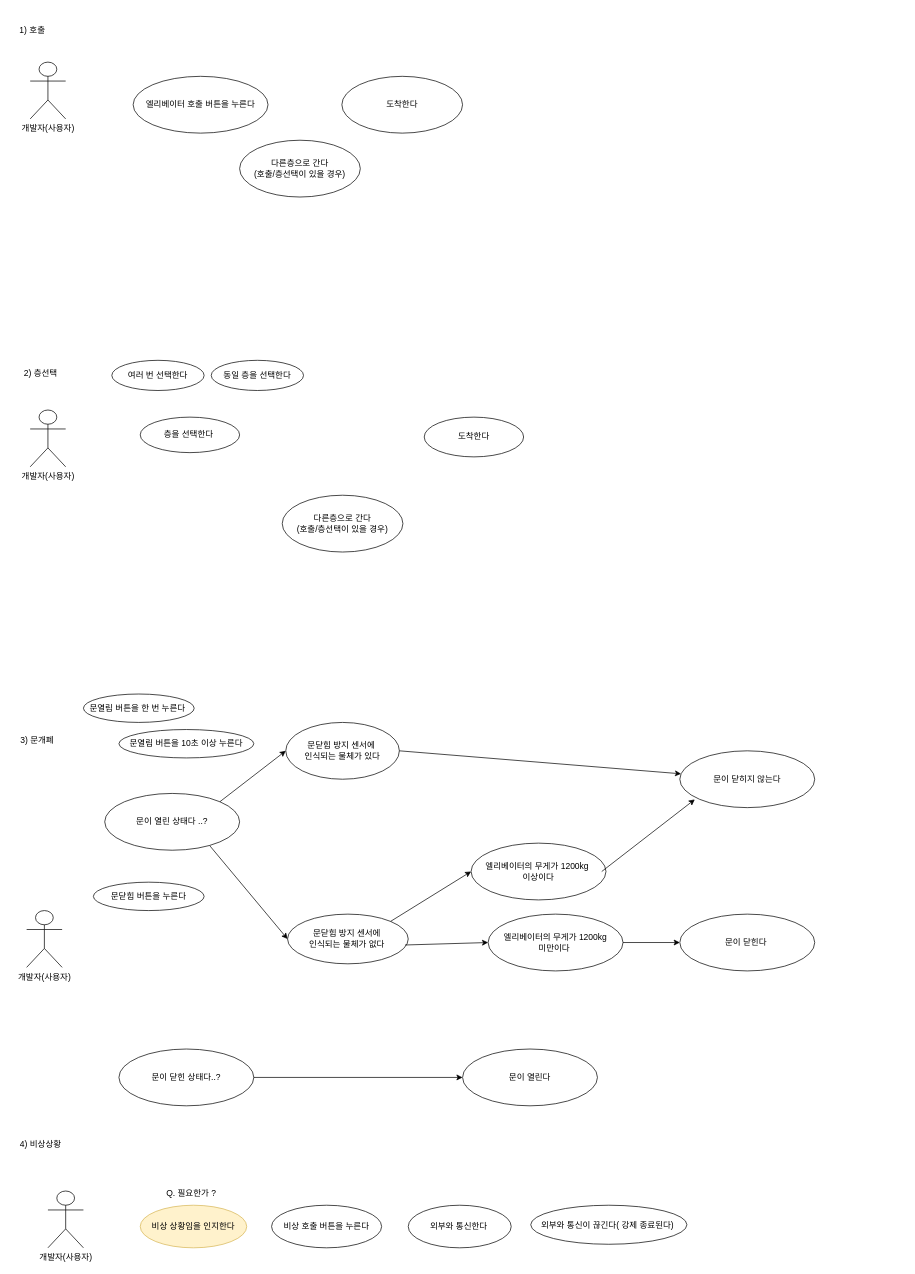
Above: usecase_diagram/ElevatorSystem_Use_Case(1120).drawio in Jin-bright/diagram_study (draw.io), before the change. Source tidied: cells renumbered, new cells numbered last; positions are measured from the earlier drawing's top-left corner, leaving out a move shared by most shapes. Both pictures are drawn from the tidied source at 71%, with x=0, y=0 at pixel (12, 19).
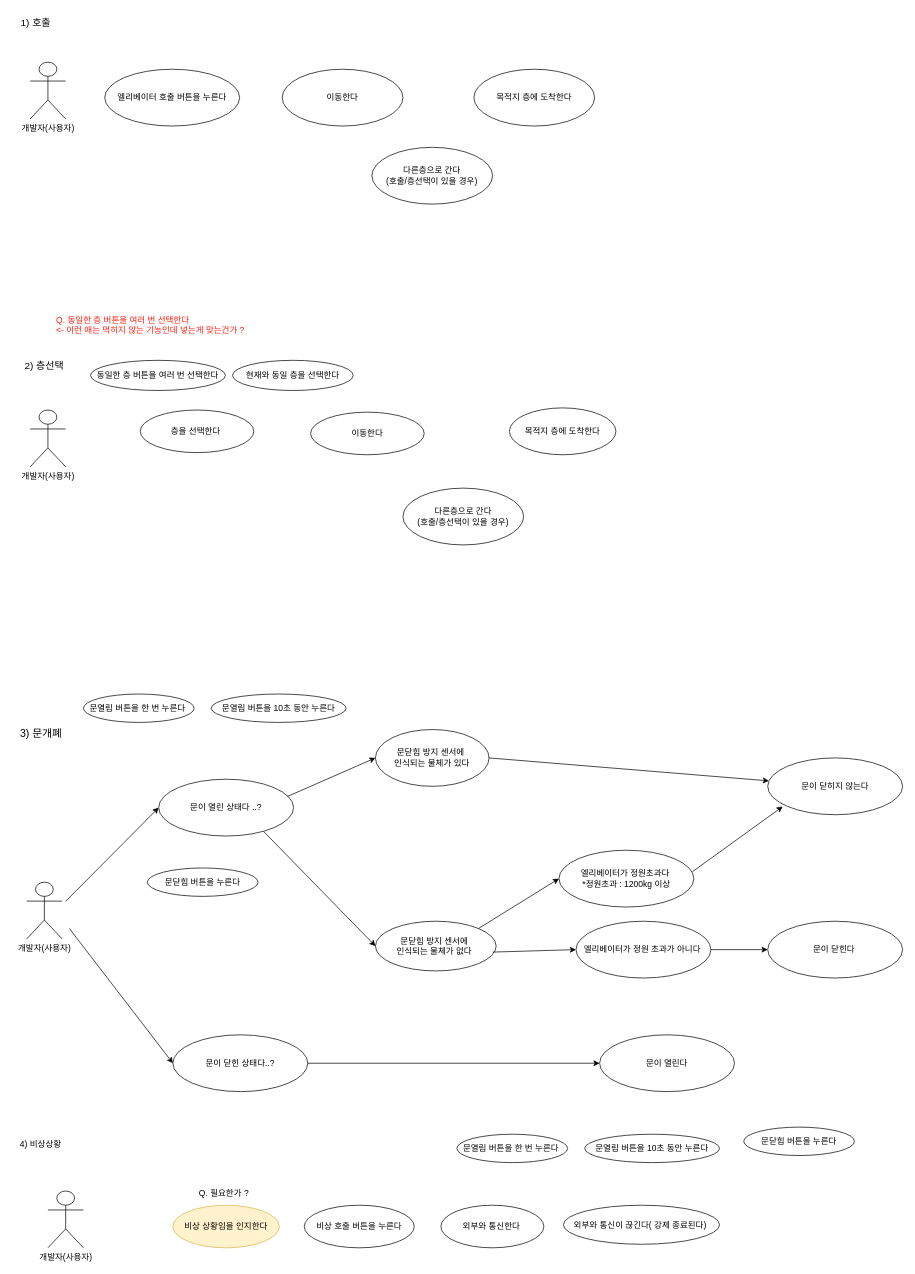
Above is the later version.

What changed in the source:
```diff
@@
-    <mxCell id="2" value="1) 호출&amp;nbsp;" style="text;html=1;strokeColor=none;fillColor=none;align=center;verticalAlign=middle;whiteSpace=wrap;rounded=0;" parent="1" vertex="1">
-      <mxGeometry width="60" height="30" as="geometry" />
+    <mxCell id="2" value="&lt;font style=&quot;font-size: 14px;&quot;&gt;1) 호출&amp;nbsp;&lt;/font&gt;" style="text;html=1;strokeColor=none;fillColor=none;align=center;verticalAlign=middle;whiteSpace=wrap;rounded=0;" parent="1" vertex="1">
+      <mxGeometry x="5" y="-10" width="60" height="30" as="geometry" />
     </mxCell>
-    <mxCell id="3" value="2) 층선택" style="text;html=1;strokeColor=none;fillColor=none;align=center;verticalAlign=middle;whiteSpace=wrap;rounded=0;" parent="1" vertex="1">
-      <mxGeometry x="10" y="490" width="60" height="15" as="geometry" />
+    <mxCell id="3" value="&lt;font style=&quot;font-size: 14px;&quot;&gt;2) 층선택&lt;/font&gt;" style="text;html=1;strokeColor=none;fillColor=none;align=center;verticalAlign=middle;whiteSpace=wrap;rounded=0;" parent="1" vertex="1">
+      <mxGeometry x="5" y="480" width="80" height="15" as="geometry" />
     </mxCell>
-    <mxCell id="4" value="3) 문개폐" style="text;html=1;strokeColor=none;fillColor=none;align=center;verticalAlign=middle;whiteSpace=wrap;rounded=0;" parent="1" vertex="1">
-      <mxGeometry x="5" y="1000" width="60" height="30" as="geometry" />
+    <mxCell id="4" value="&lt;font style=&quot;font-size: 15px;&quot;&gt;3) 문개폐&lt;/font&gt;" style="text;html=1;strokeColor=none;fillColor=none;align=center;verticalAlign=middle;whiteSpace=wrap;rounded=0;" parent="1" vertex="1">
+      <mxGeometry x="7.5" y="980" width="65" height="50" as="geometry" />
     </mxCell>
@@
     <mxCell id="7" value="엘리베이터 호출 버튼을 누른다" style="ellipse;whiteSpace=wrap;html=1;" parent="1" vertex="1">
-      <mxGeometry x="170" y="80" width="190" height="80" as="geometry" />
+      <mxGeometry x="130" y="70" width="190" height="80" as="geometry" />
     </mxCell>
-    <mxCell id="8" value="도착한다" style="ellipse;whiteSpace=wrap;html=1;" parent="1" vertex="1">
-      <mxGeometry x="464" y="80" width="170" height="80" as="geometry" />
+    <mxCell id="8" value="목적지 층에 도착한다" style="ellipse;whiteSpace=wrap;html=1;" parent="1" vertex="1">
+      <mxGeometry x="650" y="70" width="170" height="80" as="geometry" />
     </mxCell>
     <mxCell id="9" value="다른층으로 간다&lt;br&gt;(호출/층선택이 있을 경우)" style="ellipse;whiteSpace=wrap;html=1;" parent="1" vertex="1">
-      <mxGeometry x="320" y="170" width="170" height="80" as="geometry" />
+      <mxGeometry x="506.3" y="180" width="170" height="80" as="geometry" />
     </mxCell>
@@
     <mxCell id="11" value="층을 선택한다&amp;nbsp;" style="ellipse;whiteSpace=wrap;html=1;" parent="1" vertex="1">
-      <mxGeometry x="180" y="560" width="140" height="50" as="geometry" />
+      <mxGeometry x="180" y="550" width="160" height="60" as="geometry" />
     </mxCell>
-    <mxCell id="12" value="도착한다" style="ellipse;whiteSpace=wrap;html=1;" parent="1" vertex="1">
-      <mxGeometry x="580" y="560" width="140" height="56" as="geometry" />
+    <mxCell id="12" value="목적지 층에 도착한다" style="ellipse;whiteSpace=wrap;html=1;" parent="1" vertex="1">
+      <mxGeometry x="700" y="547" width="150" height="66" as="geometry" />
     </mxCell>
     <mxCell id="13" value="다른층으로 간다&lt;br&gt;(호출/층선택이 있을 경우)" style="ellipse;whiteSpace=wrap;html=1;" parent="1" vertex="1">
-      <mxGeometry x="380" y="670" width="170" height="80" as="geometry" />
+      <mxGeometry x="550" y="660" width="170" height="80" as="geometry" />
     </mxCell>
-    <mxCell id="14" value="동일 층을 선택한다" style="ellipse;whiteSpace=wrap;html=1;" parent="1" vertex="1">
-      <mxGeometry x="280" y="480" width="130" height="42.5" as="geometry" />
+    <mxCell id="14" value="현재와 동일 층을 선택한다" style="ellipse;whiteSpace=wrap;html=1;" parent="1" vertex="1">
+      <mxGeometry x="310" y="480" width="170" height="42.5" as="geometry" />
     </mxCell>
-    <mxCell id="15" value="여러 번 선택한다" style="ellipse;whiteSpace=wrap;html=1;" parent="1" vertex="1">
-      <mxGeometry x="140" y="480" width="130" height="42.5" as="geometry" />
+    <mxCell id="15" value="동일한 층 버튼을 여러 번 선택한다" style="ellipse;whiteSpace=wrap;html=1;" parent="1" vertex="1">
+      <mxGeometry x="110" y="480" width="190" height="42.5" as="geometry" />
     </mxCell>
     <mxCell id="16" value="개발자(사용자)" style="shape=umlActor;verticalLabelPosition=bottom;verticalAlign=top;html=1;" parent="1" vertex="1">
-      <mxGeometry x="20" y="1255" width="50" height="80" as="geometry" />
+      <mxGeometry x="20" y="1215" width="50" height="80" as="geometry" />
     </mxCell>
     <mxCell id="17" value="문이 열린 상태다 ..?" style="ellipse;whiteSpace=wrap;html=1;" parent="1" vertex="1">
-      <mxGeometry x="130" y="1090" width="190" height="80" as="geometry" />
+      <mxGeometry x="206" y="1070" width="190" height="80" as="geometry" />
     </mxCell>
     <mxCell id="18" value="문이 닫힌 상태다..?" style="ellipse;whiteSpace=wrap;html=1;" parent="1" vertex="1">
-      <mxGeometry x="150" y="1450" width="190" height="80" as="geometry" />
+      <mxGeometry x="226" y="1430" width="190" height="80" as="geometry" />
     </mxCell>
@@
     <mxCell id="20" value="문이 열린다" style="ellipse;whiteSpace=wrap;html=1;" parent="1" vertex="1">
-      <mxGeometry x="634" y="1450" width="190" height="80" as="geometry" />
+      <mxGeometry x="827" y="1430" width="190" height="80" as="geometry" />
     </mxCell>
-    <mxCell id="21" value="문열림 버튼을 10초 이상 누른다" style="ellipse;whiteSpace=wrap;html=1;" parent="1" vertex="1">
-      <mxGeometry x="150" y="1000" width="190" height="40" as="geometry" />
+    <mxCell id="21" value="문열림 버튼을 10초 동안 누른다" style="ellipse;whiteSpace=wrap;html=1;" parent="1" vertex="1">
+      <mxGeometry x="280" y="950" width="190" height="40" as="geometry" />
     </mxCell>
     <mxCell id="22" value="문닫힘 버튼을 누른다" style="ellipse;whiteSpace=wrap;html=1;" parent="1" vertex="1">
-      <mxGeometry x="114" y="1215" width="156" height="40" as="geometry" />
+      <mxGeometry x="190" y="1195" width="156" height="40" as="geometry" />
     </mxCell>
     <mxCell id="23" value="문이 닫힌다&amp;nbsp;" style="ellipse;whiteSpace=wrap;html=1;" parent="1" vertex="1">
-      <mxGeometry x="940" y="1260" width="190" height="80" as="geometry" />
+      <mxGeometry x="1063.8" y="1270" width="190" height="80" as="geometry" />
     </mxCell>
@@
     <mxCell id="25" value="비상 호출 버튼을 누른다" style="ellipse;whiteSpace=wrap;html=1;" parent="1" vertex="1">
-      <mxGeometry x="365" y="1670" width="155" height="60" as="geometry" />
+      <mxGeometry x="411" y="1670" width="155" height="60" as="geometry" />
     </mxCell>
     <mxCell id="26" value="비상 상황임을 인지한다" style="ellipse;whiteSpace=wrap;html=1;fillColor=#fff2cc;strokeColor=#d6b656;" parent="1" vertex="1">
-      <mxGeometry x="180" y="1670" width="150" height="60" as="geometry" />
+      <mxGeometry x="226" y="1670" width="150" height="60" as="geometry" />
     </mxCell>
     <mxCell id="27" value="외부와 통신한다&amp;nbsp;" style="ellipse;whiteSpace=wrap;html=1;" parent="1" vertex="1">
-      <mxGeometry x="557.5" y="1670" width="145" height="60" as="geometry" />
+      <mxGeometry x="603.5" y="1670" width="145" height="60" as="geometry" />
     </mxCell>
     <mxCell id="28" value="외부와 통신이 끊긴다( 강제 종료된다)&amp;nbsp;" style="ellipse;whiteSpace=wrap;html=1;" parent="1" vertex="1">
-      <mxGeometry x="730" y="1670" width="220" height="55" as="geometry" />
+      <mxGeometry x="776" y="1670" width="220" height="55" as="geometry" />
     </mxCell>
     <mxCell id="29" value="&lt;div style=&quot;text-align: center;&quot;&gt;Q. 필요한가 ?&amp;nbsp;&lt;/div&gt;" style="text;whiteSpace=wrap;html=1;" parent="1" vertex="1">
-      <mxGeometry x="215" y="1640" width="100" height="20" as="geometry" />
+      <mxGeometry x="261" y="1640" width="100" height="20" as="geometry" />
     </mxCell>
-    <mxCell id="30" value="엘리베이터의 무게가 1200kg&lt;br&gt;미만이다&amp;nbsp;&lt;br&gt;" style="ellipse;whiteSpace=wrap;html=1;" parent="1" vertex="1">
-      <mxGeometry x="670" y="1260" width="190" height="80" as="geometry" />
+    <mxCell id="30" value="엘리베이터가 정원 초과가 아니다&amp;nbsp;" style="ellipse;whiteSpace=wrap;html=1;" parent="1" vertex="1">
+      <mxGeometry x="793.8" y="1270" width="190" height="80" as="geometry" />
     </mxCell>
-    <mxCell id="31" value="엘리베이터의 무게가 1200kg&amp;nbsp;&lt;br&gt;이상이다" style="ellipse;whiteSpace=wrap;html=1;" parent="1" vertex="1">
-      <mxGeometry x="646" y="1160" width="190" height="80" as="geometry" />
+    <mxCell id="31" value="엘리베이터가 정원초과다&amp;nbsp;&lt;br&gt;*정원초과 : 1200kg 이상" style="ellipse;whiteSpace=wrap;html=1;" parent="1" vertex="1">
+      <mxGeometry x="769.8" y="1170" width="190" height="80" as="geometry" />
     </mxCell>
     <mxCell id="32" value="문닫힘 방지 센서에&amp;nbsp;&lt;br&gt;인식되는 물체가 있다" style="ellipse;whiteSpace=wrap;html=1;" parent="1" vertex="1">
-      <mxGeometry x="385" y="990" width="160" height="80" as="geometry" />
+      <mxGeometry x="511.3" y="1000" width="160" height="80" as="geometry" />
     </mxCell>
     <mxCell id="33" value="문닫힘 방지 센서에&amp;nbsp;&lt;br&gt;인식되는 물체가 없다&amp;nbsp;" style="ellipse;whiteSpace=wrap;html=1;" parent="1" vertex="1">
-      <mxGeometry x="387.5" y="1260" width="170" height="70" as="geometry" />
+      <mxGeometry x="511.3" y="1270" width="170" height="70" as="geometry" />
     </mxCell>
@@
     <mxCell id="35" value="문이 닫히지 않는다" style="ellipse;whiteSpace=wrap;html=1;" parent="1" vertex="1">
-      <mxGeometry x="940" y="1030" width="190" height="80" as="geometry" />
+      <mxGeometry x="1063.8" y="1040" width="190" height="80" as="geometry" />
     </mxCell>
@@
-    <mxCell id="40" style="endArrow=classic;html=1;rounded=0;entryX=0.111;entryY=0.856;entryDx=0;entryDy=0;entryPerimeter=0;" parent="1" edge="1" target="35">
-      <mxGeometry relative="1" as="geometry">
-        <mxPoint x="830" y="1200" as="sourcePoint" />
-      </mxGeometry>
+    <mxCell id="40" style="endArrow=classic;html=1;rounded=0;entryX=0.111;entryY=0.856;entryDx=0;entryDy=0;entryPerimeter=0;exitX=0.99;exitY=0.377;exitDx=0;exitDy=0;exitPerimeter=0;" parent="1" edge="1" source="31" target="35">
+      <mxGeometry relative="1" as="geometry" />
     </mxCell>
-    <mxCell id="41" style="endArrow=classic;html=1;rounded=0;exitX=1;exitY=0;exitDx=0;exitDy=0;entryX=0;entryY=0.5;entryDx=0;entryDy=0;" parent="1" edge="1" source="17" target="32">
+    <mxCell id="41" style="endArrow=classic;html=1;rounded=0;exitX=0.954;exitY=0.304;exitDx=0;exitDy=0;exitPerimeter=0;entryX=0;entryY=0.5;entryDx=0;entryDy=0;" parent="1" edge="1" source="17" target="32">
       <mxGeometry relative="1" as="geometry" />
     </mxCell>
@@
+    <mxCell id="43" value="문열림 버튼을 한 번 누른다&amp;nbsp;" style="ellipse;whiteSpace=wrap;html=1;" parent="1" vertex="1">
+      <mxGeometry x="626" y="1570" width="156" height="40" as="geometry" />
+    </mxCell>
+    <mxCell id="44" value="문열림 버튼을 10초 동안 누른다" style="ellipse;whiteSpace=wrap;html=1;" parent="1" vertex="1">
+      <mxGeometry x="806" y="1570" width="190" height="40" as="geometry" />
+    </mxCell>
+    <mxCell id="45" value="문닫힘 버튼을 누른다" style="ellipse;whiteSpace=wrap;html=1;" parent="1" vertex="1">
+      <mxGeometry x="1030" y="1560" width="156" height="40" as="geometry" />
+    </mxCell>
+    <mxCell id="46" style="endArrow=classic;html=1;rounded=0;exitX=0.954;exitY=0.304;exitDx=0;exitDy=0;entryX=0;entryY=0.5;entryDx=0;entryDy=0;exitPerimeter=0;" parent="1" edge="1" target="17">
+      <mxGeometry relative="1" as="geometry">
+        <mxPoint x="75" y="1242" as="sourcePoint" />
+      </mxGeometry>
+    </mxCell>
+    <mxCell id="47" style="endArrow=classic;html=1;rounded=0;entryX=0;entryY=0.5;entryDx=0;entryDy=0;" parent="1" edge="1" target="18">
+      <mxGeometry relative="1" as="geometry">
+        <mxPoint x="80" y="1280" as="sourcePoint" />
+      </mxGeometry>
+    </mxCell>
+    <mxCell id="48" value="이동한다" style="ellipse;whiteSpace=wrap;html=1;" parent="1" vertex="1">
+      <mxGeometry x="420" y="553" width="160" height="60" as="geometry" />
+    </mxCell>
+    <mxCell id="49" value="&lt;span style=&quot;font-family: Helvetica; font-size: 12px; font-style: normal; font-variant-ligatures: normal; font-variant-caps: normal; font-weight: 400; letter-spacing: normal; orphans: 2; text-align: center; text-indent: 0px; text-transform: none; widows: 2; word-spacing: 0px; -webkit-text-stroke-width: 0px; background-color: rgb(251, 251, 251); text-decoration-thickness: initial; text-decoration-style: initial; text-decoration-color: initial; float: none; display: inline !important;&quot;&gt;&lt;font color=&quot;#ff2414&quot;&gt;Q. 동일한 층 버튼을 여러 번 선택한다&lt;br&gt;&amp;lt;- 이런 애는 먹히지 않는 기능인데 넣는게 맞는건가 ?&lt;/font&gt;&lt;/span&gt;&lt;span style=&quot;color: rgb(0, 0, 0); font-family: Helvetica; font-size: 12px; font-style: normal; font-variant-ligatures: normal; font-variant-caps: normal; font-weight: 400; letter-spacing: normal; orphans: 2; text-align: center; text-indent: 0px; text-transform: none; widows: 2; word-spacing: 0px; -webkit-text-stroke-width: 0px; background-color: rgb(251, 251, 251); text-decoration-thickness: initial; text-decoration-style: initial; text-decoration-color: initial; float: none; display: inline !important;&quot;&gt;&amp;nbsp;&lt;br&gt;&lt;/span&gt;" style="text;whiteSpace=wrap;html=1;" parent="1" vertex="1">
+      <mxGeometry x="60" y="410" width="360" height="40" as="geometry" />
+    </mxCell>
+    <mxCell id="50" value="이동한다" style="ellipse;whiteSpace=wrap;html=1;" parent="1" vertex="1">
+      <mxGeometry x="380" y="70" width="170" height="80" as="geometry" />
+    </mxCell>
```
